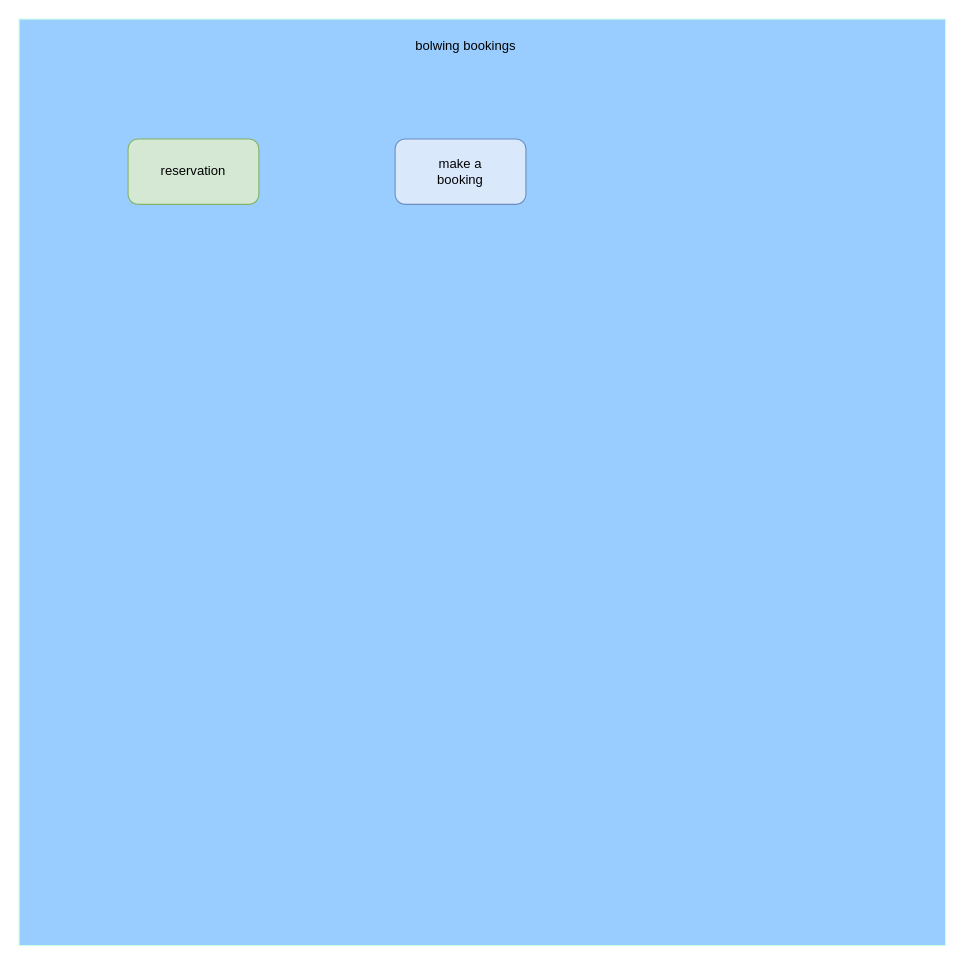
Earlier version of the draw.io diagram page "Page-2" (2 of 3) of page.drawio (Wanesia/XPProject). Source tidied: cells renumbered, new cells numbered last; positions are measured from the earlier drawing's top-left corner, leaving out a move shared by most shapes. Both pictures are drawn from the tidied source at 109%, with x=0, y=0 at pixel (19, 19). Pictures stored in the file or linked from it are replaced by grey dashed boxes.
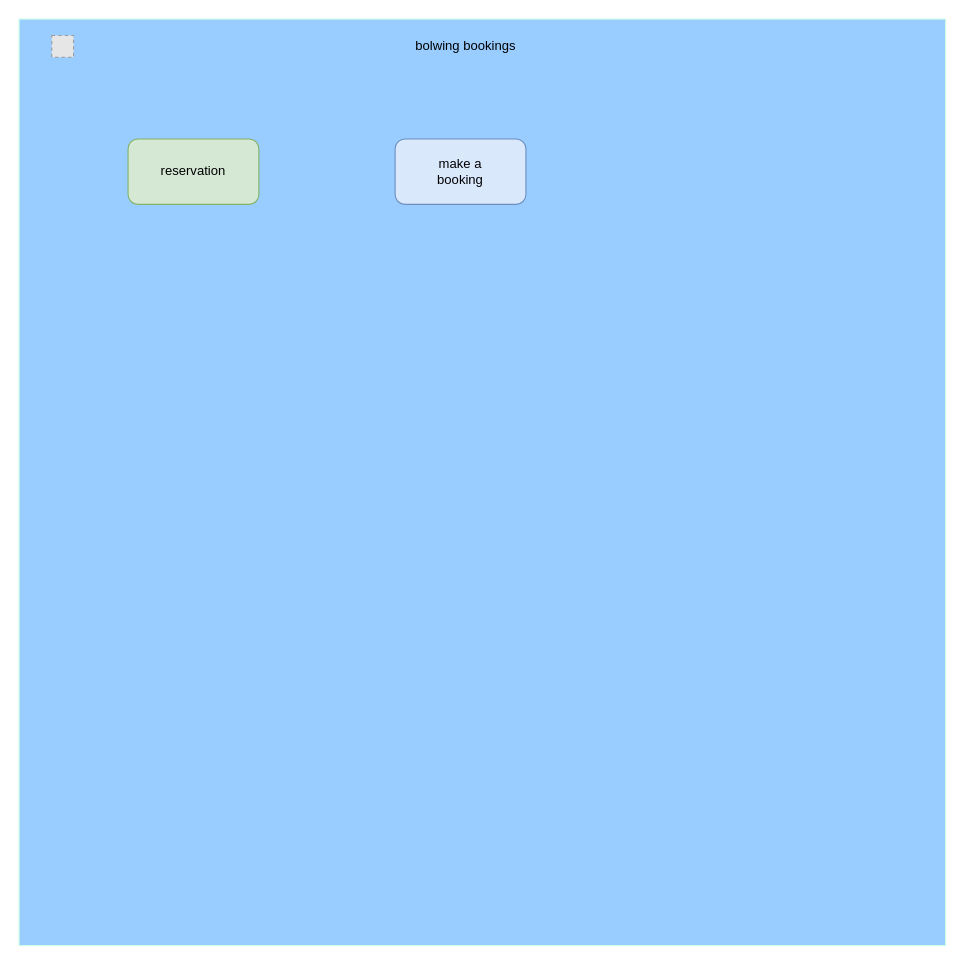
After the change.

What changed in the source:
```diff
@@
 <mxGraphModel>
   <root>
     <mxCell id="0" />
     <mxCell id="1" parent="0" />
     <mxCell id="2" style="whiteSpace=wrap;html=1;strokeColor=#CCFFE6;fillColor=#99CCFF;" parent="1" vertex="1">
       <mxGeometry width="850" height="850" as="geometry" />
     </mxCell>
     <mxCell id="3" style="rounded=1;whiteSpace=wrap;html=1;strokeColor=#82b366;fillColor=#d5e8d4;" parent="1" vertex="1">
       <mxGeometry x="100" y="110" width="120" height="60" as="geometry" />
     </mxCell>
     <mxCell id="4" value="reservation" style="text;html=1;strokeColor=none;fillColor=none;align=center;verticalAlign=middle;whiteSpace=wrap;rounded=0;" parent="1" vertex="1">
       <mxGeometry x="130" y="125" width="60" height="30" as="geometry" />
     </mxCell>
     <mxCell id="5" value="bolwing bookings" style="text;html=1;strokeColor=none;fillColor=none;align=center;verticalAlign=middle;whiteSpace=wrap;rounded=0;" parent="1" vertex="1">
       <mxGeometry x="350" y="10" width="120" height="30" as="geometry" />
     </mxCell>
     <mxCell id="6" style="rounded=1;whiteSpace=wrap;html=1;strokeColor=#6c8ebf;fillColor=#dae8fc;" parent="1" vertex="1">
       <mxGeometry x="345" y="110" width="120" height="60" as="geometry" />
     </mxCell>
     <mxCell id="7" value="make a booking" style="text;html=1;strokeColor=none;fillColor=none;align=center;verticalAlign=middle;whiteSpace=wrap;rounded=0;" parent="1" vertex="1">
       <mxGeometry x="375" y="125" width="60" height="30" as="geometry" />
     </mxCell>
+    <mxCell id="8" style="fillColor=#E6E6E6;strokeColor=#999999;dashed=1;html=1;verticalAlign=top;verticalLabelPosition=bottom;labelBackgroundColor=#ffffff;" parent="1" vertex="1">
+      <mxGeometry x="30" y="15" width="20" height="20" as="geometry" />
+    </mxCell>
   </root>
 </mxGraphModel>
```
